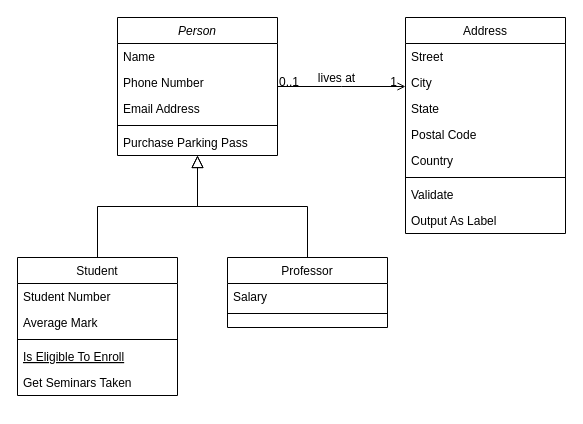
Earlier version of the draw.io diagram autos.drawio (mcruzr85/JavaUpskilling). Source tidied: cells renumbered, new cells numbered last; positions are measured from the earlier drawing's top-left corner, leaving out a move shared by most shapes. Both pictures are drawn from the tidied source at 100%, with x=0, y=0 at pixel (17, 17).
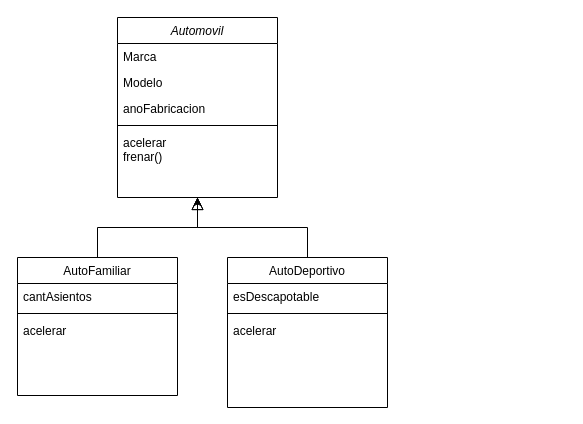
Above is the later version.

Diff of the diagram source:
```diff
@@
+    <mxCell id="32" style="edgeStyle=orthogonalEdgeStyle;rounded=0;jettySize=auto;html=1;" parent="1" edge="1" source="2">
+      <mxGeometry relative="1" as="geometry">
+        <mxPoint x="180" y="180" as="targetPoint" />
+      </mxGeometry>
+    </mxCell>
-    <mxCell id="2" value="Person" style="swimlane;fontStyle=2;align=center;verticalAlign=top;horizontal=1;startSize=26;rounded=0;shadow=0;strokeWidth=1;" parent="1" vertex="1">
-      <mxGeometry x="100" width="160" height="138" as="geometry" />
+    <mxCell id="2" value="Automovil" style="swimlane;fontStyle=2;align=center;verticalAlign=top;horizontal=1;startSize=26;rounded=0;shadow=0;strokeWidth=1;" parent="1" vertex="1">
+      <mxGeometry x="100" width="160" height="180" as="geometry" />
     </mxCell>
-    <mxCell id="3" value="Name" style="text;align=left;verticalAlign=top;spacingLeft=4;spacingRight=4;overflow=hidden;" parent="2" vertex="1">
+    <mxCell id="3" value="Marca" style="text;align=left;verticalAlign=top;spacingLeft=4;spacingRight=4;overflow=hidden;" parent="2" vertex="1">
       <mxGeometry y="26" width="160" height="26" as="geometry" />
     </mxCell>
-    <mxCell id="4" value="Phone Number" style="text;align=left;verticalAlign=top;spacingLeft=4;spacingRight=4;overflow=hidden;rounded=0;shadow=0;html=0;" parent="2" vertex="1">
+    <mxCell id="4" value="Modelo" style="text;align=left;verticalAlign=top;spacingLeft=4;spacingRight=4;overflow=hidden;rounded=0;shadow=0;html=0;" parent="2" vertex="1">
       <mxGeometry y="52" width="160" height="26" as="geometry" />
     </mxCell>
-    <mxCell id="5" value="Email Address" style="text;align=left;verticalAlign=top;spacingLeft=4;spacingRight=4;overflow=hidden;rounded=0;shadow=0;html=0;" parent="2" vertex="1">
+    <mxCell id="5" value="anoFabricacion" style="text;align=left;verticalAlign=top;spacingLeft=4;spacingRight=4;overflow=hidden;rounded=0;shadow=0;html=0;" parent="2" vertex="1">
       <mxGeometry y="78" width="160" height="26" as="geometry" />
     </mxCell>
@@
-    <mxCell id="7" value="Purchase Parking Pass" style="text;align=left;verticalAlign=top;spacingLeft=4;spacingRight=4;overflow=hidden;" parent="2" vertex="1">
-      <mxGeometry y="112" width="160" height="26" as="geometry" />
+    <mxCell id="7" value="acelerar&#10;frenar()" style="text;align=left;verticalAlign=top;spacingLeft=4;spacingRight=4;overflow=hidden;" parent="2" vertex="1">
+      <mxGeometry y="112" width="160" height="58" as="geometry" />
     </mxCell>
-    <mxCell id="8" value="Student" style="swimlane;fontStyle=0;align=center;verticalAlign=top;horizontal=1;startSize=26;rounded=0;shadow=0;strokeWidth=1;" parent="1" vertex="1">
+    <mxCell id="8" value="AutoFamiliar" style="swimlane;fontStyle=0;align=center;verticalAlign=top;horizontal=1;startSize=26;rounded=0;shadow=0;strokeWidth=1;" parent="1" vertex="1">
       <mxGeometry y="240" width="160" height="138" as="geometry" />
     </mxCell>
-    <mxCell id="9" value="Student Number" style="text;align=left;verticalAlign=top;spacingLeft=4;spacingRight=4;overflow=hidden;" parent="8" vertex="1">
+    <mxCell id="9" value="cantAsientos" style="text;align=left;verticalAlign=top;spacingLeft=4;spacingRight=4;overflow=hidden;" parent="8" vertex="1">
       <mxGeometry y="26" width="160" height="26" as="geometry" />
     </mxCell>
-    <mxCell id="10" value="Average Mark" style="text;align=left;verticalAlign=top;spacingLeft=4;spacingRight=4;overflow=hidden;rounded=0;shadow=0;html=0;" parent="8" vertex="1">
-      <mxGeometry y="52" width="160" height="26" as="geometry" />
-    </mxCell>
     <mxCell id="11" style="line;html=1;strokeWidth=1;align=left;verticalAlign=middle;spacingTop=-1;spacingLeft=3;spacingRight=3;labelPosition=right;" parent="8" vertex="1">
-      <mxGeometry y="78" width="160" height="8" as="geometry" />
+      <mxGeometry y="52" width="160" height="8" as="geometry" />
     </mxCell>
-    <mxCell id="12" value="Is Eligible To Enroll" style="text;align=left;verticalAlign=top;spacingLeft=4;spacingRight=4;overflow=hidden;fontStyle=4;" parent="8" vertex="1">
-      <mxGeometry y="86" width="160" height="26" as="geometry" />
-    </mxCell>
-    <mxCell id="13" value="Get Seminars Taken" style="text;align=left;verticalAlign=top;spacingLeft=4;spacingRight=4;overflow=hidden;" parent="8" vertex="1">
-      <mxGeometry y="112" width="160" height="26" as="geometry" />
-    </mxCell>
+    <mxCell id="33" value="acelerar" style="text;align=left;verticalAlign=top;spacingLeft=4;spacingRight=4;overflow=hidden;" parent="8" vertex="1">
+      <mxGeometry y="60" width="160" height="26" as="geometry" />
+    </mxCell>
@@
-    <mxCell id="15" value="Professor" style="swimlane;fontStyle=0;align=center;verticalAlign=top;horizontal=1;startSize=26;rounded=0;shadow=0;strokeWidth=1;" parent="1" vertex="1">
-      <mxGeometry x="210" y="240" width="160" height="70" as="geometry" />
+    <mxCell id="15" value="AutoDeportivo" style="swimlane;fontStyle=0;align=center;verticalAlign=top;horizontal=1;startSize=26;rounded=0;shadow=0;strokeWidth=1;" parent="1" vertex="1">
+      <mxGeometry x="210" y="240" width="160" height="150" as="geometry" />
     </mxCell>
-    <mxCell id="16" value="Salary" style="text;align=left;verticalAlign=top;spacingLeft=4;spacingRight=4;overflow=hidden;" parent="15" vertex="1">
+    <mxCell id="16" value="esDescapotable" style="text;align=left;verticalAlign=top;spacingLeft=4;spacingRight=4;overflow=hidden;" parent="15" vertex="1">
       <mxGeometry y="26" width="160" height="26" as="geometry" />
     </mxCell>
@@
+    <mxCell id="34" value="acelerar" style="text;align=left;verticalAlign=top;spacingLeft=4;spacingRight=4;overflow=hidden;" parent="15" vertex="1">
+      <mxGeometry y="60" width="160" height="26" as="geometry" />
+    </mxCell>
@@
-    <mxCell id="19" value="Address" style="swimlane;fontStyle=0;align=center;verticalAlign=top;horizontal=1;startSize=26;rounded=0;shadow=0;strokeWidth=1;" parent="1" vertex="1">
-      <mxGeometry x="388" width="160" height="216" as="geometry" />
-    </mxCell>
-    <mxCell id="20" value="Street" style="text;align=left;verticalAlign=top;spacingLeft=4;spacingRight=4;overflow=hidden;" parent="19" vertex="1">
-      <mxGeometry y="26" width="160" height="26" as="geometry" />
-    </mxCell>
-    <mxCell id="21" value="City" style="text;align=left;verticalAlign=top;spacingLeft=4;spacingRight=4;overflow=hidden;rounded=0;shadow=0;html=0;" parent="19" vertex="1">
-      <mxGeometry y="52" width="160" height="26" as="geometry" />
-    </mxCell>
-    <mxCell id="22" value="State" style="text;align=left;verticalAlign=top;spacingLeft=4;spacingRight=4;overflow=hidden;rounded=0;shadow=0;html=0;" parent="19" vertex="1">
-      <mxGeometry y="78" width="160" height="26" as="geometry" />
-    </mxCell>
-    <mxCell id="23" value="Postal Code" style="text;align=left;verticalAlign=top;spacingLeft=4;spacingRight=4;overflow=hidden;rounded=0;shadow=0;html=0;" parent="19" vertex="1">
-      <mxGeometry y="104" width="160" height="26" as="geometry" />
-    </mxCell>
-    <mxCell id="24" value="Country" style="text;align=left;verticalAlign=top;spacingLeft=4;spacingRight=4;overflow=hidden;rounded=0;shadow=0;html=0;" parent="19" vertex="1">
-      <mxGeometry y="130" width="160" height="26" as="geometry" />
-    </mxCell>
-    <mxCell id="25" style="line;html=1;strokeWidth=1;align=left;verticalAlign=middle;spacingTop=-1;spacingLeft=3;spacingRight=3;labelPosition=right;" parent="19" vertex="1">
-      <mxGeometry y="156" width="160" height="8" as="geometry" />
-    </mxCell>
-    <mxCell id="26" value="Validate" style="text;align=left;verticalAlign=top;spacingLeft=4;spacingRight=4;overflow=hidden;" parent="19" vertex="1">
-      <mxGeometry y="164" width="160" height="26" as="geometry" />
-    </mxCell>
-    <mxCell id="27" value="Output As Label" style="text;align=left;verticalAlign=top;spacingLeft=4;spacingRight=4;overflow=hidden;" parent="19" vertex="1">
-      <mxGeometry y="190" width="160" height="26" as="geometry" />
-    </mxCell>
-    <mxCell id="28" style="endArrow=open;shadow=0;strokeWidth=1;rounded=0;endFill=1;edgeStyle=elbowEdgeStyle;elbow=vertical;" parent="1" edge="1" source="2" target="19">
-      <mxGeometry x="0.5" y="41" relative="1" as="geometry">
-        <mxPoint x="-40" y="32" as="offset" />
-      </mxGeometry>
-    </mxCell>
-    <mxCell id="29" value="0..1" style="align=left;verticalAlign=bottom;labelBackgroundColor=none;fontSize=12;" parent="28" vertex="1">
-      <mxGeometry x="-1" relative="1" as="geometry">
-        <mxPoint y="4" as="offset" />
-      </mxGeometry>
-    </mxCell>
-    <mxCell id="30" value="1" style="align=right;verticalAlign=bottom;labelBackgroundColor=none;fontSize=12;" parent="28" vertex="1">
-      <mxGeometry x="1" relative="1" as="geometry">
-        <mxPoint x="-7" y="4" as="offset" />
-      </mxGeometry>
-    </mxCell>
-    <mxCell id="31" value="lives at" style="text;html=1;align=center;verticalAlign=middle;labelBackgroundColor=none;rounded=0;shadow=0;strokeWidth=1;fontSize=12;" parent="28" vertex="1">
-      <mxGeometry x="0.5" y="49" relative="1" as="geometry">
-        <mxPoint x="-38" y="40" as="offset" />
-      </mxGeometry>
-    </mxCell>
```
